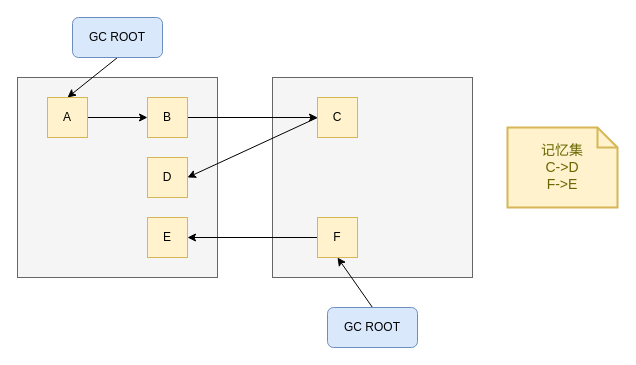
The draw.io diagram jvm/跨代引用.drawio in erlieStar/diagrams, before the edit. Source tidied: cells renumbered, new cells numbered last; positions are measured from the earlier drawing's top-left corner, leaving out a move shared by most shapes. Both pictures are drawn from the tidied source at 100%, with x=0, y=0 at pixel (17, 17).
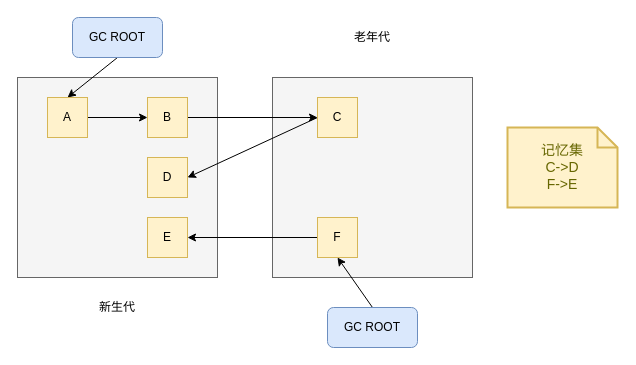
The same page after the edit.

Change to the diagram source:
```diff
@@
+    <mxCell id="19" value="新生代" style="text;html=1;strokeColor=none;fillColor=none;align=center;verticalAlign=middle;whiteSpace=wrap;rounded=0;" parent="1" vertex="1">
+      <mxGeometry x="80" y="280" width="40" height="20" as="geometry" />
+    </mxCell>
+    <mxCell id="20" value="老年代" style="text;html=1;strokeColor=none;fillColor=none;align=center;verticalAlign=middle;whiteSpace=wrap;rounded=0;" parent="1" vertex="1">
+      <mxGeometry x="335" y="10" width="40" height="20" as="geometry" />
+    </mxCell>
```
